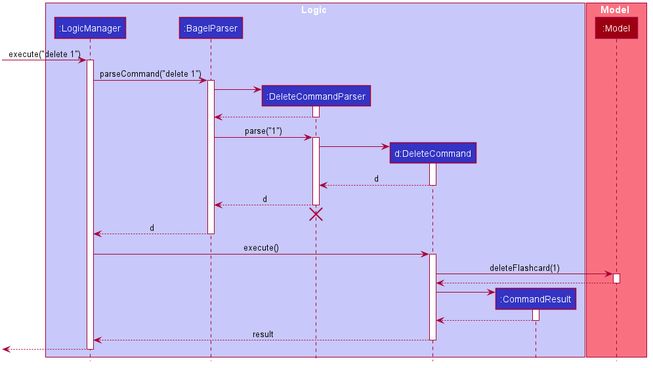
The PlantUML diagram docs/images/AddSequenceDiagram.png in ysr25/tp, before a commit. Its diagram source:
```plantuml
@startuml








skinparam BackgroundColor #FFFFFFF

skinparam Shadowing false

skinparam Class {
    FontColor #FFFFFF
    BorderThickness 1
    BorderColor #FFFFFF
    StereotypeFontColor #FFFFFF
    FontName Arial
}

skinparam Actor {
    BorderColor #000000
    Color #000000
    FontName Arial
}

skinparam Sequence {
    MessageAlign center
    BoxFontSize 15
    BoxPadding 0
    BoxFontColor #FFFFFF
    FontName Arial
}

skinparam Participant {
    FontColor #FFFFFFF
    Padding 20
}

skinparam MinClassWidth 50
skinparam ParticipantPadding 10
skinparam Shadowing false
skinparam DefaultTextAlignment center
skinparam packageStyle Rectangle

hide footbox
hide members
hide circle

box Logic #C8C8FA
participant ":LogicManager" as LogicManager #3333C4
participant ":BagelParser" as BagelParser #3333C4
participant ":DeleteCommandParser" as DeleteCommandParser #3333C4
participant "d:DeleteCommand" as DeleteCommand #3333C4
participant ":CommandResult" as CommandResult #3333C4
end box

box Model #F97181
participant ":Model" as Model #9D0012
end box

[-> LogicManager : execute("delete 1")
activate LogicManager

LogicManager -> BagelParser : parseCommand("delete 1")
activate BagelParser

create DeleteCommandParser
BagelParser -> DeleteCommandParser
activate DeleteCommandParser

DeleteCommandParser --> BagelParser
deactivate DeleteCommandParser

BagelParser -> DeleteCommandParser : parse("1")
activate DeleteCommandParser

create DeleteCommand
DeleteCommandParser -> DeleteCommand
activate DeleteCommand

DeleteCommand --> DeleteCommandParser : d
deactivate DeleteCommand

DeleteCommandParser --> BagelParser : d
deactivate DeleteCommandParser
DeleteCommandParser -[hidden]-> BagelParser
destroy DeleteCommandParser

BagelParser --> LogicManager : d
deactivate BagelParser

LogicManager -> DeleteCommand : execute()
activate DeleteCommand

DeleteCommand -> Model : deleteFlashcard(1)
activate Model

Model --> DeleteCommand
deactivate Model

create CommandResult
DeleteCommand -> CommandResult
activate CommandResult

CommandResult --> DeleteCommand
deactivate CommandResult

DeleteCommand --> LogicManager : result
deactivate DeleteCommand

[<--LogicManager
deactivate LogicManager
@enduml
```
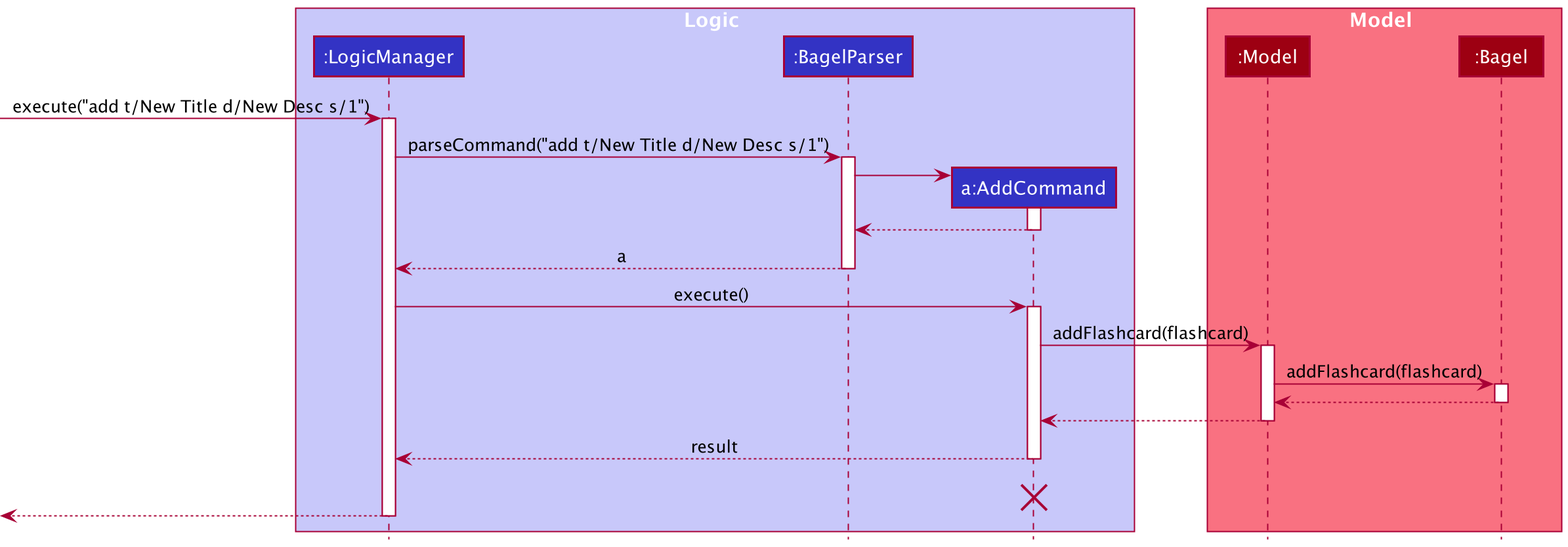
The same file after the commit.

Commit message:
Fix missing image overwrites for diagrams (add Command) :

The edit, as a diff of the source:
```diff
@@ -1,114 +1,51 @@
 @startuml
+!include style.puml
 
-
-
-
-
-
-
-
-skinparam BackgroundColor #FFFFFFF
-
-skinparam Shadowing false
-
-skinparam Class {
-    FontColor #FFFFFF
-    BorderThickness 1
-    BorderColor #FFFFFF
-    StereotypeFontColor #FFFFFF
-    FontName Arial
-}
-
-skinparam Actor {
-    BorderColor #000000
-    Color #000000
-    FontName Arial
-}
-
-skinparam Sequence {
-    MessageAlign center
-    BoxFontSize 15
-    BoxPadding 0
-    BoxFontColor #FFFFFF
-    FontName Arial
-}
-
-skinparam Participant {
-    FontColor #FFFFFFF
-    Padding 20
-}
-
-skinparam MinClassWidth 50
-skinparam ParticipantPadding 10
-skinparam Shadowing false
-skinparam DefaultTextAlignment center
-skinparam packageStyle Rectangle
-
-hide footbox
-hide members
-hide circle
-
-box Logic #C8C8FA
-participant ":LogicManager" as LogicManager #3333C4
-participant ":BagelParser" as BagelParser #3333C4
-participant ":DeleteCommandParser" as DeleteCommandParser #3333C4
-participant "d:DeleteCommand" as DeleteCommand #3333C4
-participant ":CommandResult" as CommandResult #3333C4
+box Logic LOGIC_COLOR_T1
+participant ":LogicManager" as LogicManager LOGIC_COLOR
+participant ":BagelParser" as BagelParser LOGIC_COLOR
+participant "a:AddCommand" as AddCommand LOGIC_COLOR
 end box
 
-box Model #F97181
-participant ":Model" as Model #9D0012
+box Model MODEL_COLOR_T1
+participant ":Model" as Model MODEL_COLOR
+participant ":Bagel" as Bagel MODEL_COLOR
 end box
-
-[-> LogicManager : execute("delete 1")
+[-> LogicManager : execute("add t/New Title d/New Desc s/1")
 activate LogicManager
 
-LogicManager -> BagelParser : parseCommand("delete 1")
+LogicManager -> BagelParser : parseCommand("add t/New Title d/New Desc s/1")
 activate BagelParser
 
-create DeleteCommandParser
-BagelParser -> DeleteCommandParser
-activate DeleteCommandParser
+create AddCommand
+BagelParser -> AddCommand
+activate AddCommand
 
-DeleteCommandParser --> BagelParser
-deactivate DeleteCommandParser
+AddCommand --> BagelParser
+deactivate AddCommand
 
-BagelParser -> DeleteCommandParser : parse("1")
-activate DeleteCommandParser
-
-create DeleteCommand
-DeleteCommandParser -> DeleteCommand
-activate DeleteCommand
-
-DeleteCommand --> DeleteCommandParser : d
-deactivate DeleteCommand
-
-DeleteCommandParser --> BagelParser : d
-deactivate DeleteCommandParser
-DeleteCommandParser -[hidden]-> BagelParser
-destroy DeleteCommandParser
-
-BagelParser --> LogicManager : d
+BagelParser --> LogicManager : a
 deactivate BagelParser
 
-LogicManager -> DeleteCommand : execute()
-activate DeleteCommand
+LogicManager -> AddCommand : execute()
+activate AddCommand
 
-DeleteCommand -> Model : deleteFlashcard(1)
+AddCommand -> Model : addFlashcard(flashcard)
 activate Model
 
-Model --> DeleteCommand
+Model -> Bagel : addFlashcard(flashcard)
+activate Bagel
+
+Bagel --> Model :
+deactivate Bagel
+
+Model --> AddCommand
 deactivate Model
 
-create CommandResult
-DeleteCommand -> CommandResult
-activate CommandResult
-
-CommandResult --> DeleteCommand
-deactivate CommandResult
-
-DeleteCommand --> LogicManager : result
-deactivate DeleteCommand
+AddCommand --> LogicManager : result
+deactivate AddCommand
+AddCommand -[hidden]-> LogicManager : result
+destroy AddCommand
 
 [<--LogicManager
 deactivate LogicManager
```
